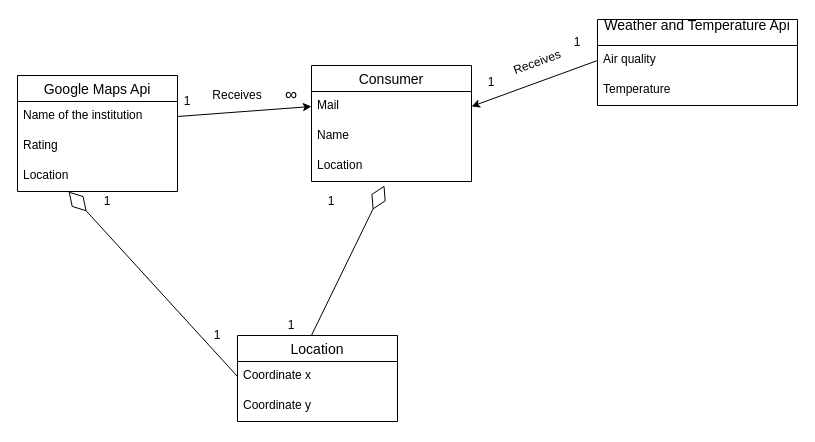
oleksandrblazhko/ai204-maksimenko keeps this draw.io diagram as 2-SoftwareDesign/2.1-UMLConceptClasses/UML-ConceptClasses.drawio. Above is the earlier version. Source tidied: cells renumbered, new cells numbered last; positions are measured from the earlier drawing's top-left corner, leaving out a move shared by most shapes. Both pictures are drawn from the tidied source at 100%, with x=0, y=0 at pixel (17, 19).
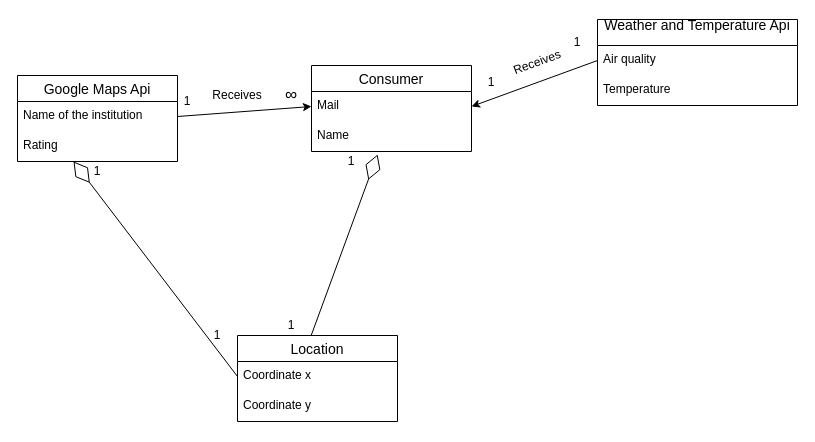
After the change.

The change refers to these unchanged cells:
```xml
<mxCell id="4" value="Rating" style="text;strokeColor=none;fillColor=none;spacingLeft=4;spacingRight=4;overflow=hidden;points=[[0,0.5],[1,0.5]];portConstraint=eastwest;fontSize=12;" parent="2" vertex="1">
  <mxGeometry y="56" width="160" height="30" as="geometry" />
</mxCell>
<mxCell id="14" value="Location" style="swimlane;fontStyle=0;horizontal=1;startSize=26;align=center;fontSize=14;" parent="1" vertex="1">
  <mxGeometry x="220" y="316" width="160" height="86" as="geometry" />
</mxCell>
<mxCell id="15" value="Coordinate x" style="text;strokeColor=none;fillColor=none;spacingLeft=4;spacingRight=4;overflow=hidden;points=[[0,0.5],[1,0.5]];portConstraint=eastwest;fontSize=12;" parent="14" vertex="1">
  <mxGeometry y="26" width="160" height="30" as="geometry" />
</mxCell>
<mxCell id="23" value="Name" style="text;strokeColor=none;fillColor=none;spacingLeft=4;spacingRight=4;overflow=hidden;points=[[0,0.5],[1,0.5]];portConstraint=eastwest;fontSize=12;" parent="21" vertex="1">
  <mxGeometry y="56" width="160" height="30" as="geometry" />
</mxCell>
```

Change to the diagram source:
```diff
@@
     <mxCell id="2" value="Google Maps Api" style="swimlane;fontStyle=0;horizontal=1;startSize=26;align=center;fontSize=14;" parent="1" vertex="1">
-      <mxGeometry y="56" width="160" height="116" as="geometry" />
+      <mxGeometry y="56" width="160" height="86" as="geometry" />
     </mxCell>
@@
-    <mxCell id="5" value="Location" style="text;strokeColor=none;fillColor=none;spacingLeft=4;spacingRight=4;overflow=hidden;points=[[0,0.5],[1,0.5]];portConstraint=eastwest;fontSize=12;" parent="2" vertex="1">
-      <mxGeometry y="86" width="160" height="30" as="geometry" />
-    </mxCell>
@@
-    <mxCell id="9" style="endArrow=diamondThin;endFill=0;endSize=24;html=1;exitX=0.456;exitY=0.023;exitDx=0;exitDy=0;exitPerimeter=0;entryX=0.456;entryY=1.133;entryDx=0;entryDy=0;entryPerimeter=0;" parent="1" edge="1" source="14" target="24">
+    <mxCell id="9" style="endArrow=diamondThin;endFill=0;endSize=24;html=1;exitX=0.456;exitY=0.023;exitDx=0;exitDy=0;exitPerimeter=0;entryX=0.413;entryY=1.1;entryDx=0;entryDy=0;entryPerimeter=0;" parent="1" edge="1" source="14" target="23">
       <mxGeometry relative="1" as="geometry" />
     </mxCell>
-    <mxCell id="10" style="endArrow=diamondThin;endFill=0;endSize=24;html=1;exitX=0;exitY=0.5;exitDx=0;exitDy=0;entryX=0.319;entryY=1;entryDx=0;entryDy=0;entryPerimeter=0;" parent="1" edge="1" source="15" target="5">
+    <mxCell id="10" style="endArrow=diamondThin;endFill=0;endSize=24;html=1;exitX=0;exitY=0.5;exitDx=0;exitDy=0;entryX=0.35;entryY=1;entryDx=0;entryDy=0;entryPerimeter=0;" parent="1" edge="1" source="15" target="4">
       <mxGeometry relative="1" as="geometry" />
     </mxCell>
     <mxCell id="11" value="1" style="text;html=1;strokeColor=none;fillColor=none;align=center;verticalAlign=middle;whiteSpace=wrap;rounded=0;" parent="1" vertex="1">
-      <mxGeometry x="294" y="172" width="40" height="20" as="geometry" />
+      <mxGeometry x="314" y="132" width="40" height="20" as="geometry" />
     </mxCell>
@@
     <mxCell id="13" value="1" style="text;html=1;strokeColor=none;fillColor=none;align=center;verticalAlign=middle;whiteSpace=wrap;rounded=0;" parent="1" vertex="1">
-      <mxGeometry x="70" y="172" width="40" height="20" as="geometry" />
+      <mxGeometry x="60" y="142" width="40" height="20" as="geometry" />
     </mxCell>
@@
     <mxCell id="21" value="Consumer" style="swimlane;fontStyle=0;horizontal=1;startSize=26;align=center;fontSize=14;" parent="1" vertex="1">
-      <mxGeometry x="294" y="46" width="160" height="116" as="geometry" />
+      <mxGeometry x="294" y="46" width="160" height="86" as="geometry" />
     </mxCell>
@@
-    <mxCell id="24" value="Location" style="text;strokeColor=none;fillColor=none;spacingLeft=4;spacingRight=4;overflow=hidden;points=[[0,0.5],[1,0.5]];portConstraint=eastwest;fontSize=12;" parent="21" vertex="1">
-      <mxGeometry y="86" width="160" height="30" as="geometry" />
-    </mxCell>
```
